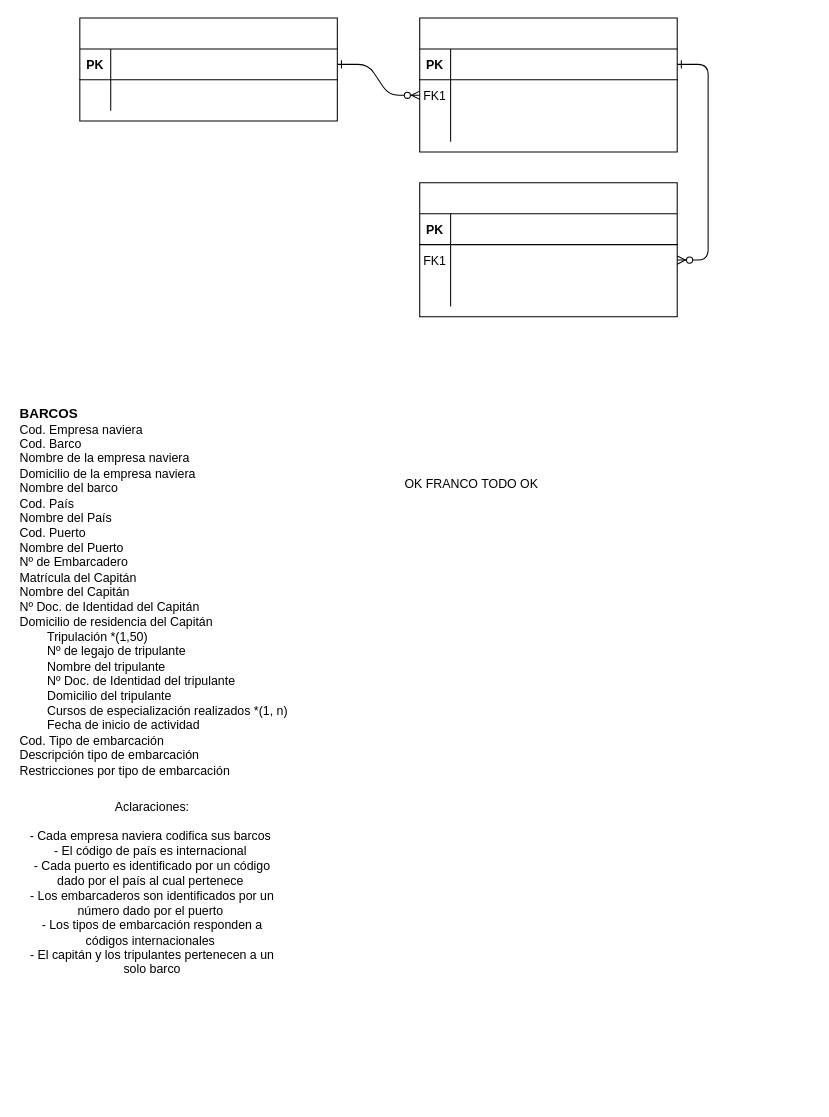
The draw.io diagram Diagrama-de-Entidad-de-Relaciones.drawio in Jose-AA/TP-Barcos-Dise-o-y-Administracion-de-bd-Grupo-11, before the edit. Source tidied: cells renumbered, new cells numbered last; positions are measured from the earlier drawing's top-left corner, leaving out a move shared by most shapes. Both pictures are drawn from the tidied source at 103%, with x=0, y=0 at pixel (18, 18).
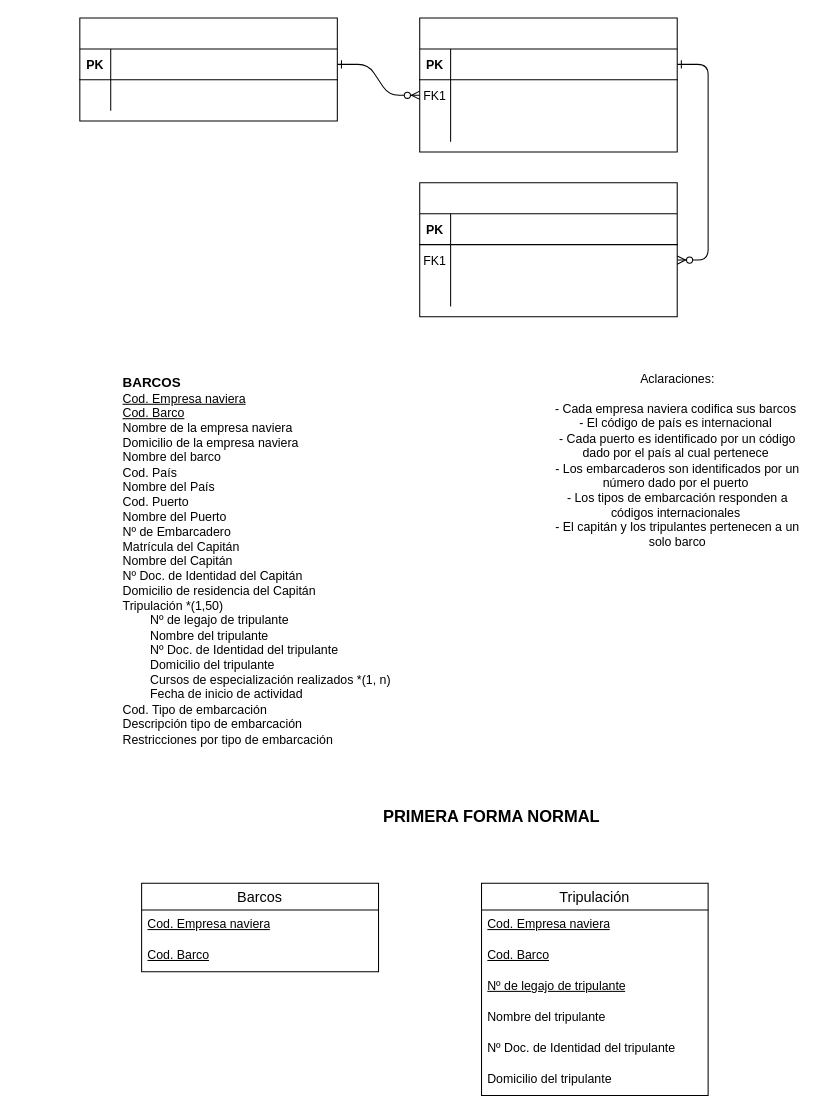
The same diagram, later.

Commit message:
1FN tabla Tripulacion

The edit, as a diff of the source:
```diff
@@
-    <mxCell id="31" value="&lt;b&gt;&lt;font style=&quot;font-size: 13px;&quot;&gt;BARCOS&lt;/font&gt;&lt;/b&gt;&lt;br&gt;Cod. Empresa naviera&lt;br&gt;Cod. Barco&lt;br&gt;Nombre de la empresa naviera&lt;br&gt;Domicilio de la empresa naviera&lt;br&gt;Nombre del barco&lt;br&gt;Cod. País&lt;br&gt;Nombre del País&lt;br&gt;Cod. Puerto&lt;br&gt;Nombre del Puerto&lt;br&gt;Nº de Embarcadero&lt;br&gt;Matrícula del Capitán&lt;br&gt;Nombre del Capitán&lt;br&gt;Nº Doc. de Identidad del Capitán&lt;br&gt;Domicilio de residencia del Capitán&lt;br&gt;&lt;span style=&quot;white-space: pre;&quot;&gt;&#9;&lt;/span&gt;Tripulación *(1,50)&lt;br&gt;&lt;span style=&quot;white-space: pre;&quot;&gt;&#9;&lt;/span&gt;Nº de legajo de tripulante&lt;br&gt;&lt;span style=&quot;white-space: pre;&quot;&gt;&#9;&lt;/span&gt;Nombre del tripulante&lt;br&gt;&lt;span style=&quot;white-space: pre;&quot;&gt;&#9;&lt;/span&gt;Nº Doc. de Identidad del tripulante&lt;br&gt;&lt;span style=&quot;white-space: pre;&quot;&gt;&#9;&lt;/span&gt;Domicilio del tripulante&lt;br&gt;&lt;span style=&quot;white-space: pre;&quot;&gt;&#9;&lt;/span&gt;Cursos de especialización realizados *(1, n)&lt;br&gt;&lt;span style=&quot;white-space: pre;&quot;&gt;&#9;&lt;/span&gt;Fecha de inicio de actividad&lt;br&gt;Cod. Tipo de embarcación&lt;br&gt;Descripción tipo de embarcación&lt;br&gt;Restricciones por tipo de embarcación" style="text;whiteSpace=wrap;html=1;" parent="1" vertex="1">
-      <mxGeometry y="370" width="270" height="380" as="geometry" />
+    <mxCell id="31" value="&lt;b&gt;&lt;font style=&quot;font-size: 13px;&quot;&gt;BARCOS&lt;/font&gt;&lt;/b&gt;&lt;br&gt;&lt;u&gt;Cod. Empresa naviera&lt;br&gt;Cod. Barco&lt;br&gt;&lt;/u&gt;Nombre de la empresa naviera&lt;br&gt;Domicilio de la empresa naviera&lt;br&gt;Nombre del barco&lt;br&gt;Cod. País&lt;br&gt;Nombre del País&lt;br&gt;Cod. Puerto&lt;br&gt;Nombre del Puerto&lt;br&gt;Nº de Embarcadero&lt;br&gt;Matrícula del Capitán&lt;br&gt;Nombre del Capitán&lt;br&gt;Nº Doc. de Identidad del Capitán&lt;br&gt;Domicilio de residencia del Capitán&lt;br&gt;Tripulación *(1,50)&lt;br&gt;&lt;span style=&quot;white-space: pre;&quot;&gt;&#9;&lt;/span&gt;Nº de legajo de tripulante&lt;br&gt;&lt;span style=&quot;white-space: pre;&quot;&gt;&#9;&lt;/span&gt;Nombre del tripulante&lt;br&gt;&lt;span style=&quot;white-space: pre;&quot;&gt;&#9;&lt;/span&gt;Nº Doc. de Identidad del tripulante&lt;br&gt;&lt;span style=&quot;white-space: pre;&quot;&gt;&#9;&lt;/span&gt;Domicilio del tripulante&lt;br&gt;&lt;span style=&quot;white-space: pre;&quot;&gt;&#9;&lt;/span&gt;Cursos de especialización realizados *(1, n)&lt;br&gt;&lt;span style=&quot;white-space: pre;&quot;&gt;&#9;&lt;/span&gt;Fecha de inicio de actividad&lt;br&gt;Cod. Tipo de embarcación&lt;br&gt;Descripción tipo de embarcación&lt;br&gt;Restricciones por tipo de embarcación" style="text;whiteSpace=wrap;html=1;" parent="1" vertex="1">
+      <mxGeometry x="100" y="340" width="300" height="380" as="geometry" />
     </mxCell>
     <mxCell id="32" value="Aclaraciones:&lt;div&gt;&lt;br&gt;&lt;/div&gt;&lt;div&gt;- Cada empresa naviera codifica sus barcos&amp;nbsp;&lt;/div&gt;&lt;div&gt;- El código de país es internacional&amp;nbsp;&lt;/div&gt;&lt;div&gt;- Cada puerto es identificado por un código&lt;br/&gt;dado por el país al cual pertenece&amp;nbsp;&lt;/div&gt;&lt;div&gt;- Los embarcaderos son identificados por un&lt;br/&gt;número dado por el puerto&amp;nbsp;&lt;/div&gt;&lt;div&gt;- Los tipos de embarcación responden a&lt;br/&gt;códigos internacionales&amp;nbsp;&lt;/div&gt;&lt;div&gt;- El capitán y los tripulantes pertenecen a un&lt;br/&gt;solo barco&lt;br&gt;&lt;/div&gt;" style="text;html=1;align=center;verticalAlign=middle;strokeColor=none;fillColor=none;" parent="1" vertex="1">
-      <mxGeometry y="750" width="260" height="190" as="geometry" />
+      <mxGeometry x="510" y="335" width="260" height="190" as="geometry" />
     </mxCell>
-    <mxCell id="33" value="&lt;div&gt;OK FRANCO TODO OK&lt;/div&gt;" style="text;html=1;align=center;verticalAlign=middle;strokeColor=none;fillColor=none;" parent="1" vertex="1">
-      <mxGeometry x="365" y="438" width="150" height="30" as="geometry" />
-    </mxCell>
+    <mxCell id="34" value="Barcos" style="swimlane;fontStyle=0;horizontal=1;startSize=26;align=center;fontSize=14;" parent="1" vertex="1">
+      <mxGeometry x="120" y="840" width="230" height="86" as="geometry" />
+    </mxCell>
+    <mxCell id="35" value="&lt;u&gt;Cod. Empresa naviera&lt;br&gt;&lt;/u&gt;" style="text;strokeColor=none;fillColor=none;spacingLeft=4;spacingRight=4;overflow=hidden;fontSize=12;whiteSpace=wrap;html=1;" parent="34" vertex="1">
+      <mxGeometry y="26" width="230" height="30" as="geometry" />
+    </mxCell>
+    <mxCell id="36" value="&lt;u&gt;Cod. Barco&lt;br&gt;&lt;/u&gt;" style="text;strokeColor=none;fillColor=none;spacingLeft=4;spacingRight=4;overflow=hidden;fontSize=12;whiteSpace=wrap;html=1;" parent="34" vertex="1">
+      <mxGeometry y="56" width="230" height="30" as="geometry" />
+    </mxCell>
+    <mxCell id="37" value="PRIMERA FORMA NORMAL" style="text;html=1;align=center;verticalAlign=middle;whiteSpace=wrap;rounded=0;fontStyle=1;fontSize=16;" parent="1" vertex="1">
+      <mxGeometry x="340" y="760" width="240" height="30" as="geometry" />
+    </mxCell>
+    <mxCell id="38" value="Tripulación" style="swimlane;fontStyle=0;horizontal=1;startSize=26;align=center;fontSize=14;" parent="1" vertex="1">
+      <mxGeometry x="450" y="840" width="220" height="206" as="geometry" />
+    </mxCell>
+    <mxCell id="39" value="&lt;u&gt;Cod. Empresa naviera&lt;br&gt;&lt;/u&gt;" style="text;strokeColor=none;fillColor=none;spacingLeft=4;spacingRight=4;overflow=hidden;fontSize=12;whiteSpace=wrap;html=1;" parent="38" vertex="1">
+      <mxGeometry y="26" width="220" height="30" as="geometry" />
+    </mxCell>
+    <mxCell id="40" value="&lt;u&gt;Cod. Barco&lt;br&gt;&lt;/u&gt;" style="text;strokeColor=none;fillColor=none;spacingLeft=4;spacingRight=4;overflow=hidden;fontSize=12;whiteSpace=wrap;html=1;" parent="38" vertex="1">
+      <mxGeometry y="56" width="220" height="30" as="geometry" />
+    </mxCell>
+    <mxCell id="41" value="&lt;u&gt;Nº de legajo de tripulante&lt;/u&gt;" style="text;strokeColor=none;fillColor=none;spacingLeft=4;spacingRight=4;overflow=hidden;fontSize=12;whiteSpace=wrap;html=1;align=left;" parent="38" vertex="1">
+      <mxGeometry y="86" width="220" height="30" as="geometry" />
+    </mxCell>
+    <mxCell id="42" value="Nombre del tripulante" style="text;strokeColor=none;fillColor=none;spacingLeft=4;spacingRight=4;overflow=hidden;fontSize=12;whiteSpace=wrap;html=1;" parent="38" vertex="1">
+      <mxGeometry y="116" width="220" height="30" as="geometry" />
+    </mxCell>
+    <mxCell id="43" value="Nº Doc. de Identidad del tripulante" style="text;strokeColor=none;fillColor=none;spacingLeft=4;spacingRight=4;overflow=hidden;fontSize=12;whiteSpace=wrap;html=1;" parent="38" vertex="1">
+      <mxGeometry y="146" width="220" height="30" as="geometry" />
+    </mxCell>
+    <mxCell id="44" value="Domicilio del tripulante" style="text;strokeColor=none;fillColor=none;spacingLeft=4;spacingRight=4;overflow=hidden;fontSize=12;whiteSpace=wrap;html=1;" parent="38" vertex="1">
+      <mxGeometry y="176" width="220" height="30" as="geometry" />
+    </mxCell>
```
